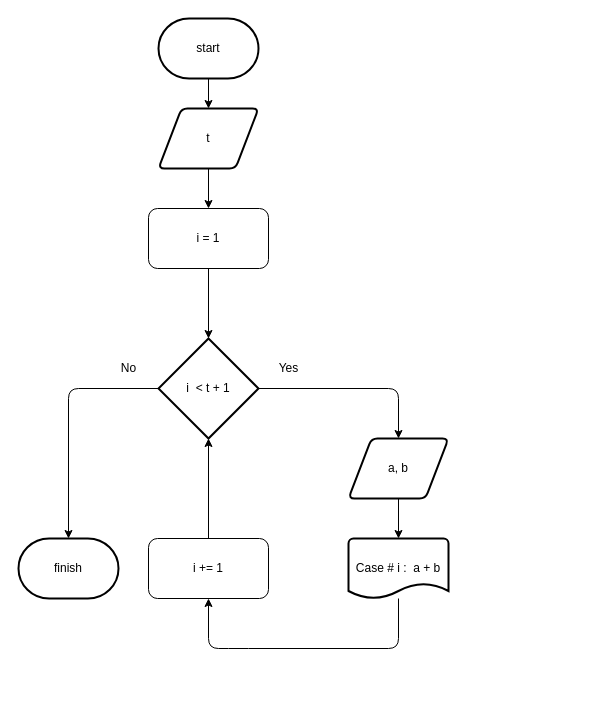
The draw.io diagram stage/03_loop/11022.drawio in Gyeongrok-Oh/boj, before the edit. Source tidied: cells renumbered, new cells numbered last; positions are measured from the earlier drawing's top-left corner, leaving out a move shared by most shapes. Both pictures are drawn from the tidied source at 100%, with x=0, y=0 at pixel (18, 18).
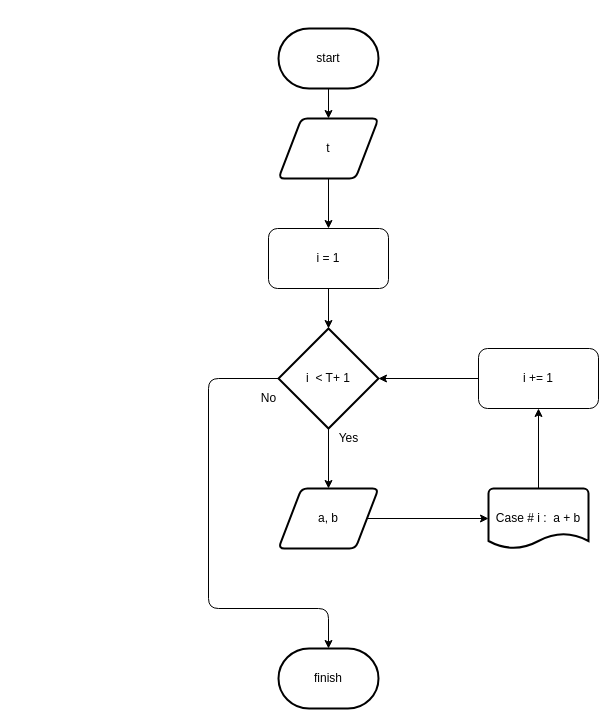
Above is the later version.

Diff of the diagram source:
```diff
@@
-    <mxCell id="2" style="edgeStyle=none;html=1;" parent="1" edge="1" source="3">
-      <mxGeometry relative="1" as="geometry">
-        <mxPoint x="190" y="90" as="targetPoint" />
-      </mxGeometry>
-    </mxCell>
+    <mxCell id="20" style="edgeStyle=none;html=1;" parent="1" edge="1" source="3" target="5">
+      <mxGeometry relative="1" as="geometry" />
+    </mxCell>
     <mxCell id="3" value="start" style="strokeWidth=2;html=1;shape=mxgraph.flowchart.terminator;whiteSpace=wrap;" parent="1" vertex="1">
-      <mxGeometry x="140" width="100" height="60" as="geometry" />
+      <mxGeometry x="260" y="10" width="100" height="60" as="geometry" />
     </mxCell>
-    <mxCell id="4" style="edgeStyle=none;html=1;" parent="1" edge="1" source="5">
-      <mxGeometry relative="1" as="geometry">
-        <mxPoint x="190" y="190" as="targetPoint" />
-      </mxGeometry>
-    </mxCell>
+    <mxCell id="21" style="edgeStyle=none;html=1;entryX=0.5;entryY=0;entryDx=0;entryDy=0;" parent="1" edge="1" source="5" target="7">
+      <mxGeometry relative="1" as="geometry" />
+    </mxCell>
     <mxCell id="5" value="t" style="shape=parallelogram;html=1;strokeWidth=2;perimeter=parallelogramPerimeter;whiteSpace=wrap;rounded=1;arcSize=12;size=0.23;" parent="1" vertex="1">
-      <mxGeometry x="140" y="90" width="100" height="60" as="geometry" />
+      <mxGeometry x="260" y="100" width="100" height="60" as="geometry" />
     </mxCell>
-    <mxCell id="6" style="edgeStyle=none;html=1;exitX=0.5;exitY=1;exitDx=0;exitDy=0;" parent="1" edge="1" source="7">
-      <mxGeometry relative="1" as="geometry">
-        <mxPoint x="190" y="320" as="targetPoint" />
-      </mxGeometry>
-    </mxCell>
+    <mxCell id="22" style="edgeStyle=none;html=1;" parent="1" edge="1" source="7" target="10">
+      <mxGeometry relative="1" as="geometry" />
+    </mxCell>
     <mxCell id="7" value="i = 1" style="rounded=1;whiteSpace=wrap;html=1;" parent="1" vertex="1">
-      <mxGeometry x="130" y="190" width="120" height="60" as="geometry" />
+      <mxGeometry x="250" y="210" width="120" height="60" as="geometry" />
     </mxCell>
-    <mxCell id="8" style="edgeStyle=none;html=1;" parent="1" edge="1" source="10">
-      <mxGeometry relative="1" as="geometry">
-        <mxPoint x="380" y="420" as="targetPoint" />
-        <Array as="points">
-          <mxPoint x="380" y="370" />
-        </Array>
-      </mxGeometry>
-    </mxCell>
-    <mxCell id="9" style="edgeStyle=none;html=1;" parent="1" edge="1" source="10">
-      <mxGeometry relative="1" as="geometry">
-        <mxPoint x="50" y="520" as="targetPoint" />
-        <Array as="points">
-          <mxPoint x="50" y="370" />
-        </Array>
-      </mxGeometry>
-    </mxCell>
+    <mxCell id="23" style="edgeStyle=none;html=1;entryX=0.5;entryY=0;entryDx=0;entryDy=0;" parent="1" edge="1" source="10" target="15">
+      <mxGeometry relative="1" as="geometry" />
+    </mxCell>
+    <mxCell id="24" style="edgeStyle=none;html=1;" parent="1" edge="1" source="10">
+      <mxGeometry relative="1" as="geometry">
+        <mxPoint x="310" y="630" as="targetPoint" />
+        <Array as="points">
+          <mxPoint x="190" y="360" />
+          <mxPoint x="190" y="590" />
+          <mxPoint x="310" y="590" />
+        </Array>
+      </mxGeometry>
+    </mxCell>
-    <mxCell id="10" value="i&amp;nbsp; &amp;lt; t + 1" style="strokeWidth=2;html=1;shape=mxgraph.flowchart.decision;whiteSpace=wrap;" parent="1" vertex="1">
-      <mxGeometry x="140" y="320" width="100" height="100" as="geometry" />
+    <mxCell id="10" value="i&amp;nbsp; &amp;lt; T+ 1" style="strokeWidth=2;html=1;shape=mxgraph.flowchart.decision;whiteSpace=wrap;" parent="1" vertex="1">
+      <mxGeometry x="260" y="310" width="100" height="100" as="geometry" />
     </mxCell>
-    <mxCell id="11" value="finish" style="strokeWidth=2;html=1;shape=mxgraph.flowchart.terminator;whiteSpace=wrap;" parent="1" vertex="1">
-      <mxGeometry y="520" width="100" height="60" as="geometry" />
-    </mxCell>
-    <mxCell id="12" value="No" style="text;html=1;align=center;verticalAlign=middle;strokeColor=none;fillColor=none;" parent="1" vertex="1">
-      <mxGeometry x="95" y="340" width="30" height="20" as="geometry" />
-    </mxCell>
-    <mxCell id="13" value="Yes" style="text;html=1;align=center;verticalAlign=middle;points=[];strokeColor=none;fillColor=none;" parent="1" vertex="1">
-      <mxGeometry x="255" y="340" width="30" height="20" as="geometry" />
-    </mxCell>
-    <mxCell id="14" style="edgeStyle=none;html=1;" parent="1" edge="1" source="15">
-      <mxGeometry relative="1" as="geometry">
-        <mxPoint x="380" y="520" as="targetPoint" />
-      </mxGeometry>
-    </mxCell>
+    <mxCell id="25" style="edgeStyle=none;html=1;" parent="1" edge="1" source="15" target="17">
+      <mxGeometry relative="1" as="geometry" />
+    </mxCell>
     <mxCell id="15" value="a, b" style="shape=parallelogram;html=1;strokeWidth=2;perimeter=parallelogramPerimeter;whiteSpace=wrap;rounded=1;arcSize=12;size=0.23;" parent="1" vertex="1">
-      <mxGeometry x="330" y="420" width="100" height="60" as="geometry" />
+      <mxGeometry x="260" y="470" width="100" height="60" as="geometry" />
     </mxCell>
-    <mxCell id="16" style="edgeStyle=none;html=1;" parent="1" edge="1" source="17">
-      <mxGeometry relative="1" as="geometry">
-        <mxPoint x="190" y="580" as="targetPoint" />
-        <Array as="points">
-          <mxPoint x="380" y="630" />
-          <mxPoint x="220" y="630" />
-          <mxPoint x="190" y="630" />
-        </Array>
-      </mxGeometry>
-    </mxCell>
+    <mxCell id="26" style="edgeStyle=none;html=1;" parent="1" edge="1" source="17" target="19">
+      <mxGeometry relative="1" as="geometry" />
+    </mxCell>
     <mxCell id="17" value="Case # i :&amp;nbsp; a + b" style="strokeWidth=2;html=1;shape=mxgraph.flowchart.document2;whiteSpace=wrap;size=0.25;" parent="1" vertex="1">
-      <mxGeometry x="330" y="520" width="100" height="60" as="geometry" />
+      <mxGeometry x="470" y="470" width="100" height="60" as="geometry" />
     </mxCell>
-    <mxCell id="18" style="edgeStyle=none;html=1;entryX=0.5;entryY=1;entryDx=0;entryDy=0;entryPerimeter=0;" parent="1" edge="1" source="19" target="10">
+    <mxCell id="18" style="edgeStyle=none;html=1;" parent="1" edge="1" source="19" target="10">
       <mxGeometry relative="1" as="geometry" />
     </mxCell>
     <mxCell id="19" value="i += 1" style="rounded=1;whiteSpace=wrap;html=1;" parent="1" vertex="1">
-      <mxGeometry x="130" y="520" width="120" height="60" as="geometry" />
+      <mxGeometry x="460" y="330" width="120" height="60" as="geometry" />
     </mxCell>
+    <mxCell id="27" style="edgeStyle=none;html=1;" parent="1" edge="1" source="13" target="10">
+      <mxGeometry relative="1" as="geometry" />
+    </mxCell>
+    <mxCell id="13" value="Yes" style="text;html=1;align=center;verticalAlign=middle;points=[];strokeColor=none;fillColor=none;" parent="1" vertex="1">
+      <mxGeometry x="315" y="410" width="30" height="20" as="geometry" />
+    </mxCell>
+    <mxCell id="11" value="finish" style="strokeWidth=2;html=1;shape=mxgraph.flowchart.terminator;whiteSpace=wrap;" parent="1" vertex="1">
+      <mxGeometry x="260" y="630" width="100" height="60" as="geometry" />
+    </mxCell>
+    <mxCell id="12" value="No" style="text;html=1;align=center;verticalAlign=middle;strokeColor=none;fillColor=none;" parent="1" vertex="1">
+      <mxGeometry x="235" y="370" width="30" height="20" as="geometry" />
+    </mxCell>
```
